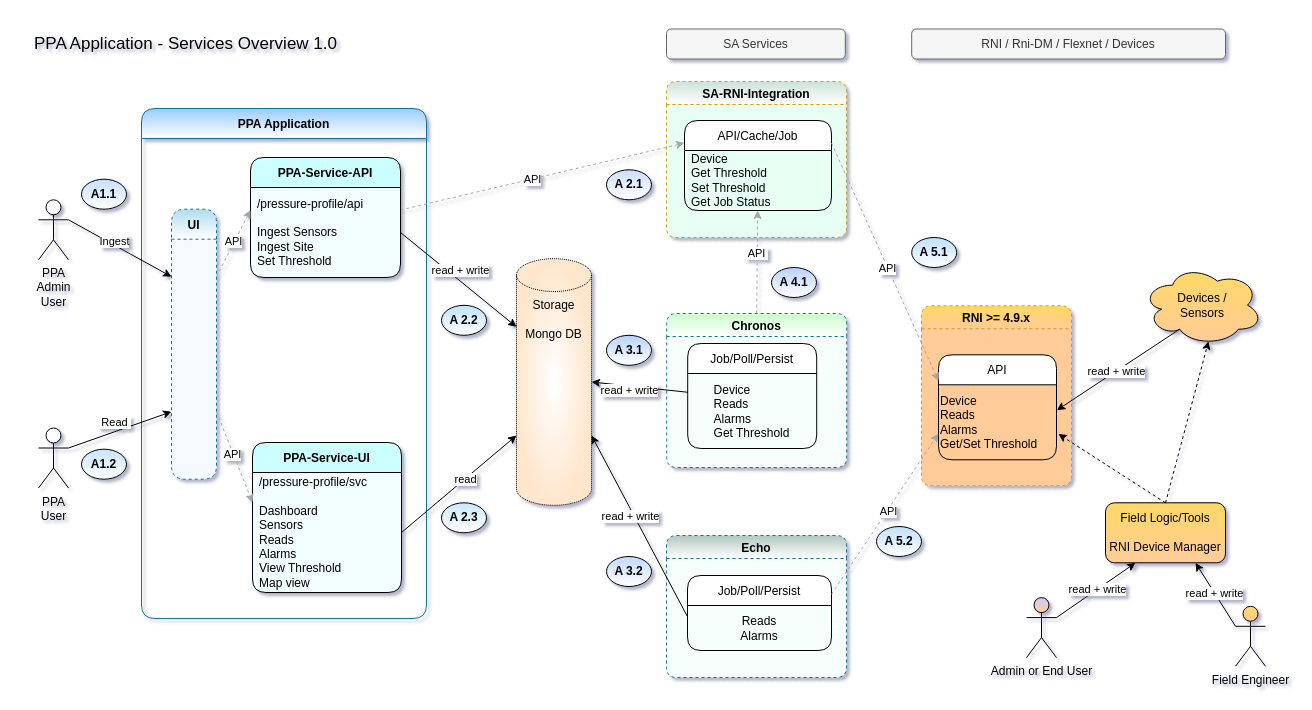
Earlier version of the draw.io diagram ppa/data-flow/ppa-app-services-overview-v1.drawio (rajeshpv-common/my-drawio). Source tidied: cells renumbered, new cells numbered last; positions are measured from the earlier drawing's top-left corner, leaving out a move shared by most shapes. Both pictures are drawn from the tidied source at 100%, with x=0, y=0 at pixel (21, 21).
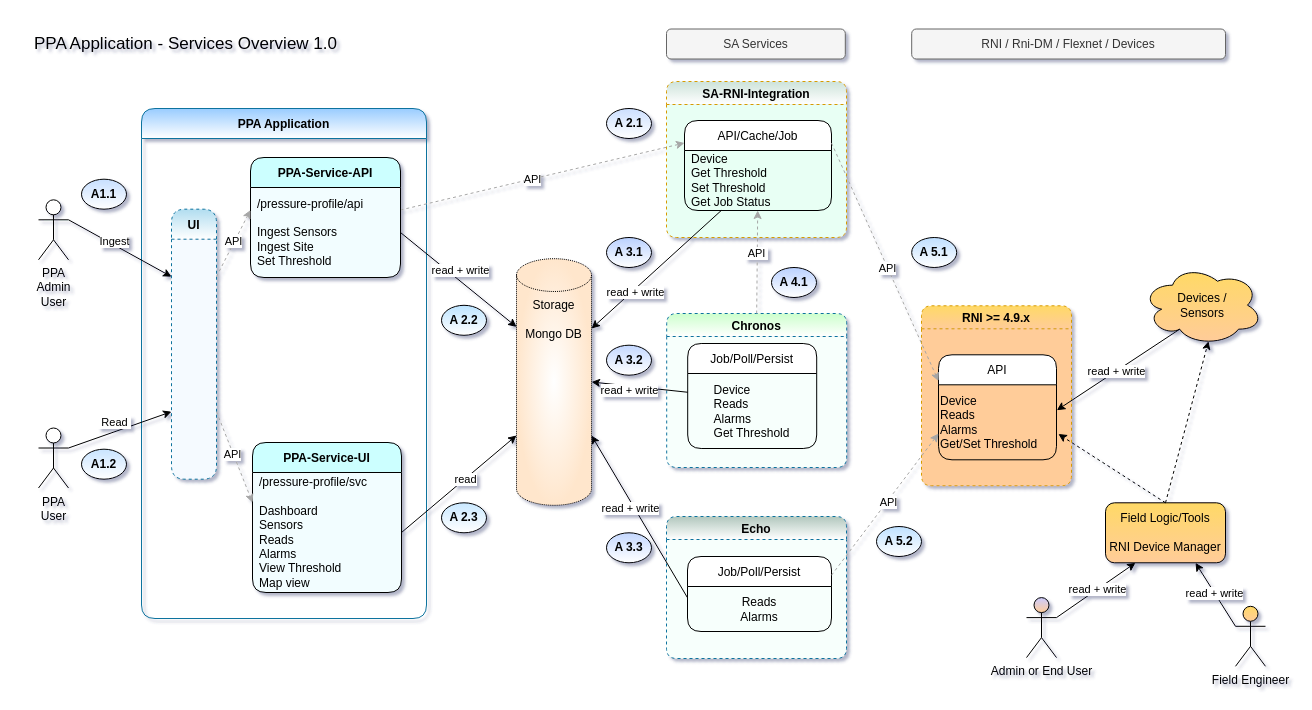
The same diagram, later.

The change refers to these unchanged cells:
```xml
<mxCell id="3" value="Storage&lt;br&gt;&lt;br&gt;Mongo DB" style="shape=cylinder3;whiteSpace=wrap;html=1;boundedLbl=1;backgroundOutline=1;size=16.4000244140625;strokeColor=default;fillColor=default;gradientColor=#FFE6CC;dashed=1;dashPattern=1 1;gradientDirection=radial;verticalAlign=top;horizontal=1;" parent="1" vertex="1">
  <mxGeometry x="495" y="237.2" width="75" height="246.6" as="geometry" />
</mxCell>
<mxCell id="8" value="Device&lt;br&gt;Get Threshold&lt;br&gt;Set Threshold&lt;br&gt;Get Job Status&lt;br&gt;" style="text;html=1;strokeColor=none;fillColor=none;align=left;verticalAlign=middle;whiteSpace=wrap;rounded=0;spacingLeft=5;" parent="7" vertex="1">
  <mxGeometry y="30" width="147" height="60" as="geometry" />
</mxCell>
```

The edit, as a diff of the source:
```diff
@@
     <mxCell id="10" value="&lt;b&gt;A 3.2&lt;/b&gt;" style="ellipse;whiteSpace=wrap;html=1;gradientColor=#ffffff;fillColor=#C4D8FF;" parent="1" vertex="1">
-      <mxGeometry x="585" y="535" width="45" height="30" as="geometry" />
+      <mxGeometry x="585" y="323.7" width="45" height="30" as="geometry" />
     </mxCell>
     <mxCell id="11" value="&lt;b&gt;A 3.1&lt;/b&gt;" style="ellipse;whiteSpace=wrap;html=1;gradientColor=#ffffff;fillColor=#BAD1FF;" parent="1" vertex="1">
-      <mxGeometry x="585" y="313.8" width="45" height="30" as="geometry" />
+      <mxGeometry x="585" y="216" width="45" height="30" as="geometry" />
     </mxCell>
@@
     <mxCell id="28" value="Echo" style="swimlane;rounded=1;dashed=1;fillColor=#B1C7BD;strokeColor=#10739e;swimlaneFillColor=#F7FFFC;gradientColor=#ffffff;" parent="1" vertex="1">
-      <mxGeometry x="645" y="514" width="180" height="142" as="geometry" />
+      <mxGeometry x="645" y="495" width="180" height="142" as="geometry" />
     </mxCell>
@@
     <mxCell id="32" value="&lt;b&gt;A 2.1&lt;/b&gt;" style="ellipse;whiteSpace=wrap;html=1;gradientColor=#ffffff;fillColor=#CCDFFF;" parent="1" vertex="1">
-      <mxGeometry x="585" y="148.3" width="45" height="30" as="geometry" />
+      <mxGeometry x="585" y="87" width="45" height="30" as="geometry" />
     </mxCell>
@@
+    <mxCell id="63" value="read + write" style="endArrow=classic;html=1;rounded=0;entryX=1;entryY=0;entryDx=0;entryDy=69.84751220703126;exitX=0.25;exitY=1;exitDx=0;exitDy=0;entryPerimeter=0;" parent="1" edge="1" source="8" target="3">
+      <mxGeometry x="0.34" y="3" relative="1" as="geometry" />
+    </mxCell>
+    <mxCell id="64" value="&lt;b&gt;A 3.3&lt;/b&gt;" style="ellipse;whiteSpace=wrap;html=1;gradientColor=#ffffff;fillColor=#C4D8FF;" parent="1" vertex="1">
+      <mxGeometry x="585" y="511.3" width="45" height="30" as="geometry" />
+    </mxCell>
```
